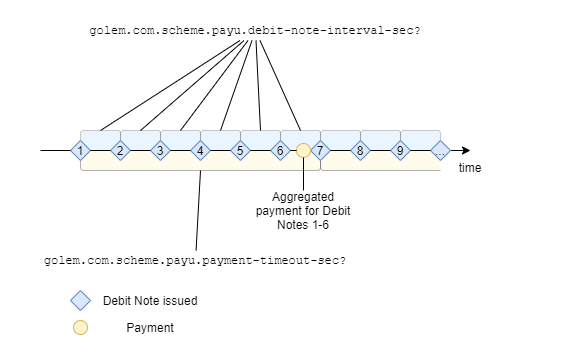
Earlier version of the draw.io export standards/3-commercial/com/pay_as_you_go_model.png (golemfactory/golem-architecture). Source tidied: cells renumbered, new cells last; positions are measured from the earlier drawing's top-left corner, leaving out a move shared by most shapes.
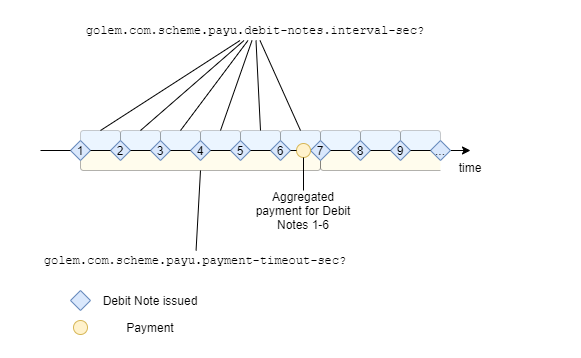
Later version of the same file.

Change to the diagram source:
```diff
@@ -114,7 +114,7 @@
     <mxCell id="37" style="edgeStyle=none;rounded=0;jettySize=auto;html=1;entryX=0.5;entryY=0;entryDx=0;entryDy=0;fontFamily=Courier New;endArrow=none;endFill=0;" parent="1" edge="1" source="38" target="12">
       <mxGeometry relative="1" as="geometry" />
     </mxCell>
-    <mxCell id="38" value="golem.com.scheme.payu.debit-note-interval-sec?" style="text;html=1;strokeColor=none;fillColor=none;align=center;verticalAlign=middle;whiteSpace=wrap;rounded=0;fontFamily=Courier New;" parent="1" vertex="1">
+    <mxCell id="38" value="golem.com.scheme.payu.debit-notes.interval-sec?" style="text;html=1;strokeColor=none;fillColor=none;align=center;verticalAlign=middle;whiteSpace=wrap;rounded=0;fontFamily=Courier New;" parent="1" vertex="1">
       <mxGeometry x="60" width="350" height="20" as="geometry" />
     </mxCell>
     <mxCell id="39" style="ellipse;whiteSpace=wrap;html=1;rounded=1;fontFamily=Courier New;fillColor=#fff2cc;strokeColor=#d6b656;" parent="1" vertex="1">
```
